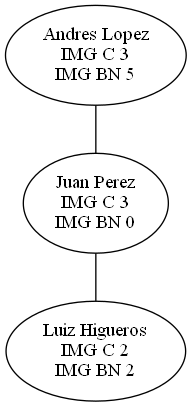
Before: Fase1/colaRecepcion.png, a diagram exported from Graphviz (d-acetun/simulacion-sistema-impresion-de-imagenes). Its source is kept beside it as Fase1/colaRecepcion.dot.
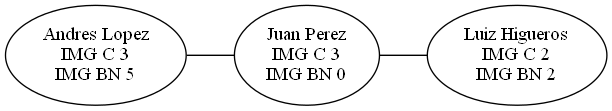
After the commit.

Diff of the diagram source:
```diff
@@ -5,5 +5,5 @@
 2 [label="Luiz Higueros\nIMG C 2\nIMG BN 2"]
 0->1
 1->2
-rankdir=TB
+rankdir=LR
 }
```
